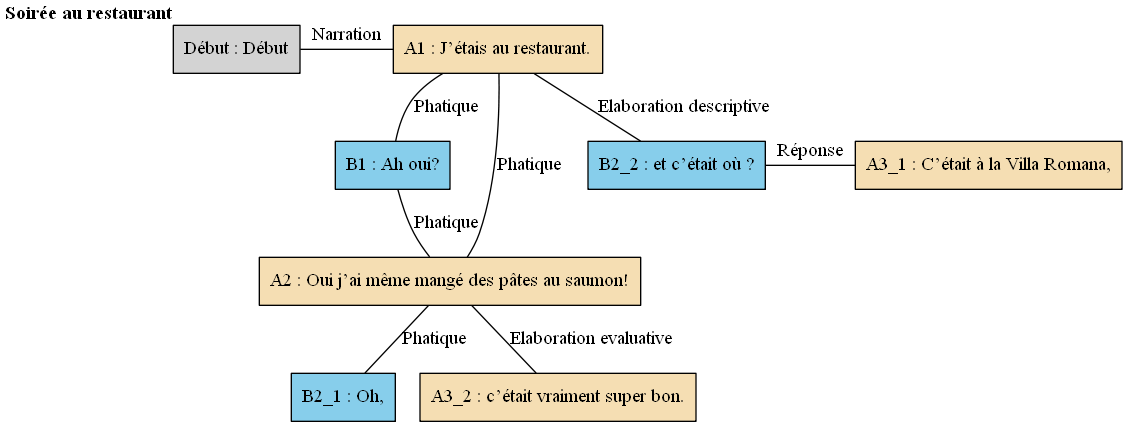
The Graphviz diagram arbres/Bac_a_sable/Bac_a_sable_-_E01.gv.png in AlaixComet/AnnotationSlamPTut, before a commit. Its source is kept beside it as arbres/Bac_a_sable/Bac_a_sable_-_E01.gv.
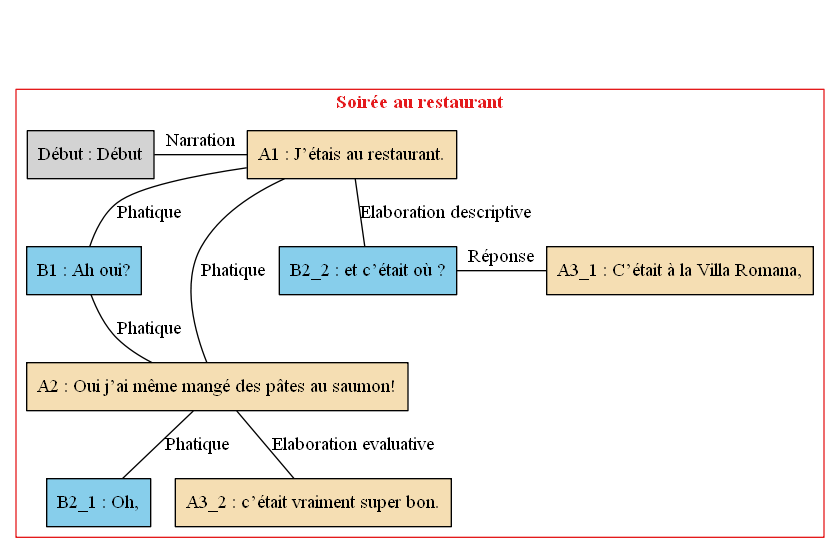
After the commit.

The edit, as a diff of the source:
```diff
@@ -1,29 +1,38 @@
 digraph E01 {
 	node [shape=box style=filled]
-	"Début" [label="Début : Début" xlabel=<<B>Soirée au restaurant</B>>]
-	A1 [label="A1 : J’étais au restaurant." fillcolor=wheat xlabel=""]
-	B1 [label="B1 : Ah oui?" fillcolor=skyblue xlabel=""]
-	A2 [label="A2 : Oui j’ai même mangé des pâtes au saumon!" fillcolor=wheat xlabel=""]
-	B2_1 [label="B2_1 : Oh," fillcolor=skyblue xlabel=""]
-	B2_2 [label="B2_2 : et c’était où ?" fillcolor=skyblue xlabel=""]
-	A3_1 [label="A3_1 : C’était à la Villa Romana," fillcolor=wheat xlabel=""]
-	A3_2 [label="A3_2 : c’était vraiment super bon." fillcolor=wheat xlabel=""]
-	A1 -> B1 [label=Phatique dir=none]
-	B1 -> A2 [label=Phatique dir=none]
-	A1 -> A2 [label=Phatique dir=none]
-	A2 -> B2_1 [label=Phatique dir=none]
-	A1 -> B2_2 [label="Elaboration descriptive" dir=none]
-	{
-		rank=same
+	newrank=true
+	zero [style=invis]
+	"Début" [label="Début : Début"]
+	A1 [label="A1 : J’étais au restaurant." fillcolor=wheat]
+	B1 [label="B1 : Ah oui?" fillcolor=skyblue]
+	A2 [label="A2 : Oui j’ai même mangé des pâtes au saumon!" fillcolor=wheat]
+	B2_1 [label="B2_1 : Oh," fillcolor=skyblue]
+	B2_2 [label="B2_2 : et c’était où ?" fillcolor=skyblue]
+	A3_1 [label="A3_1 : C’était à la Villa Romana," fillcolor=wheat]
+	A3_2 [label="A3_2 : c’était vraiment super bon." fillcolor=wheat]
+	zero -> "Début" [label="" style=invis]
+	A1 -> B1 [label=Phatique dir=none weight=2]
+	B1 -> A2 [label=Phatique dir=none weight=2]
+	A1 -> A2 [label=Phatique dir=none weight=2]
+	A2 -> B2_1 [label=Phatique dir=none weight=2]
+	A1 -> B2_2 [label="Elaboration descriptive" dir=none weight=2]
+	A1 -> A3_1 [style=invis weight=1]
+	B2_2 -> A3_1 [label="Réponse" constraint=false dir=none]
+	A2 -> A3_2 [label="Elaboration evaluative" dir=none weight=2]
+	zero -> A1 [style=invis weight=1]
+	"Début" -> A1 [label=Narration constraint=false dir=none]
+	subgraph cluster_1 {
+		label=<<B>Soirée au restaurant</B>>
+		colorscheme=set19
+		color=1
+		fontcolor=1
+		"Début"
+		A1
+		B1
+		A2
+		B2_1
 		B2_2
 		A3_1
-		B2_2 -> A3_1 [label="Réponse" dir=none]
-	}
-	A2 -> A3_2 [label="Elaboration evaluative" dir=none]
-	{
-		rank=same
-		"Début"
-		A1
-		"Début" -> A1 [label=Narration dir=none]
+		A3_2
 	}
 }
```
